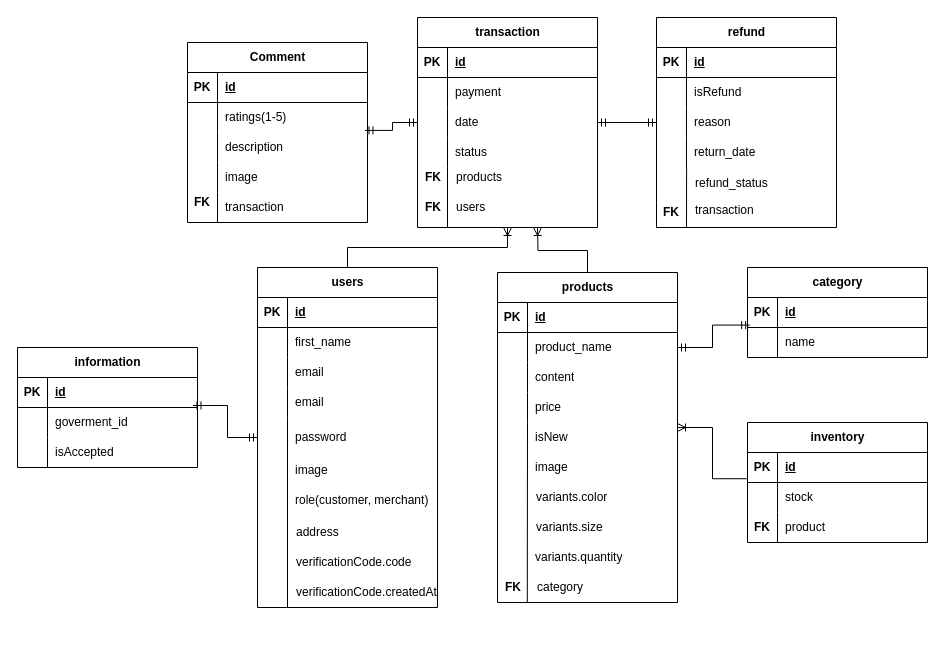
The draw.io diagram erd.drawio in XPAY-Worldwide-Corporation/cadet-capstone-ecom, before the edit. Source tidied: cells renumbered, new cells numbered last; positions are measured from the earlier drawing's top-left corner, leaving out a move shared by most shapes. Both pictures are drawn from the tidied source at 100%, with x=0, y=0 at pixel (17, 17).
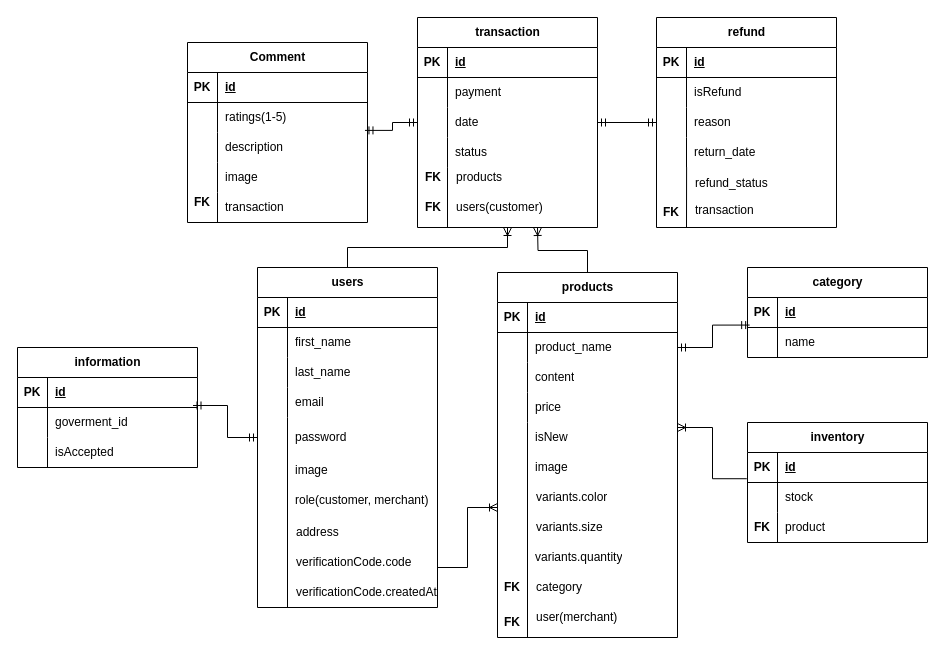
After the change.

The change refers to these unchanged cells:
```xml
<mxCell id="9" style="shape=tableRow;horizontal=0;startSize=0;swimlaneHead=0;swimlaneBody=0;fillColor=none;top=0;left=0;right=0;bottom=0;" parent="2" vertex="1">
  <mxGeometry y="90" width="180" height="30" as="geometry" />
</mxCell>
```

What changed in the source:
```diff
@@
-    <mxCell id="11" value="email" style="shape=partialRectangle;fillColor=none;top=0;left=0;bottom=0;right=0;align=left;spacingLeft=6;overflow=hidden;whiteSpace=wrap;html=1;" parent="9" vertex="1">
+    <mxCell id="11" value="last_name" style="shape=partialRectangle;fillColor=none;top=0;left=0;bottom=0;right=0;align=left;spacingLeft=6;overflow=hidden;whiteSpace=wrap;html=1;" parent="9" vertex="1">
       <mxGeometry x="30" width="150" height="30" as="geometry" />
     </mxCell>
@@
     <mxCell id="21" value="products" style="shape=table;startSize=30;childLayout=tableLayout;rowLines=0;fontStyle=1;align=center;html=1;" parent="1" vertex="1">
-      <mxGeometry x="480" y="255" width="180" height="330" as="geometry" />
+      <mxGeometry x="480" y="255" width="180" height="365" as="geometry" />
     </mxCell>
@@
     <mxCell id="34" style="endArrow=none;html=1;rounded=0;" parent="1" edge="1">
       <mxGeometry relative="1" as="geometry">
         <mxPoint x="510" y="405" as="sourcePoint" />
-        <mxPoint x="509.8" y="585" as="targetPoint" />
+        <mxPoint x="510" y="620" as="targetPoint" />
       </mxGeometry>
     </mxCell>
@@
-    <mxCell id="61" value="users" style="shape=partialRectangle;fillColor=none;top=0;left=0;bottom=0;right=0;align=left;spacingLeft=6;overflow=hidden;whiteSpace=wrap;html=1;" parent="1" vertex="1">
+    <mxCell id="61" value="users(customer)" style="shape=partialRectangle;fillColor=none;top=0;left=0;bottom=0;right=0;align=left;spacingLeft=6;overflow=hidden;whiteSpace=wrap;html=1;" parent="1" vertex="1">
       <mxGeometry x="431.2" y="175" width="150" height="30" as="geometry" />
     </mxCell>
@@
     <mxCell id="102" value="category" style="shape=partialRectangle;fillColor=none;top=0;left=0;bottom=0;right=0;align=left;spacingLeft=6;overflow=hidden;whiteSpace=wrap;html=1;" parent="1" vertex="1">
-      <mxGeometry x="512" y="555" width="150.5" height="30" as="geometry" />
+      <mxGeometry x="510.8" y="555" width="150.5" height="30" as="geometry" />
     </mxCell>
     <mxCell id="103" value="FK" style="shape=partialRectangle;fillColor=none;top=0;left=0;bottom=0;right=0;fontStyle=1;overflow=hidden;whiteSpace=wrap;html=1;" parent="1" vertex="1">
-      <mxGeometry x="480.8" y="555" width="30" height="30" as="geometry" />
+      <mxGeometry x="479.8" y="555" width="30" height="30" as="geometry" />
     </mxCell>
@@
+    <mxCell id="133" value="user(merchant)" style="shape=partialRectangle;fillColor=none;top=0;left=0;bottom=0;right=0;align=left;spacingLeft=6;overflow=hidden;whiteSpace=wrap;html=1;" parent="1" vertex="1">
+      <mxGeometry x="510.8" y="585" width="150.5" height="30" as="geometry" />
+    </mxCell>
+    <mxCell id="134" value="FK" style="shape=partialRectangle;fillColor=none;top=0;left=0;bottom=0;right=0;fontStyle=1;overflow=hidden;whiteSpace=wrap;html=1;" parent="1" vertex="1">
+      <mxGeometry x="479.8" y="590" width="30" height="30" as="geometry" />
+    </mxCell>
+    <mxCell id="135" style="edgeStyle=elbowEdgeStyle;fontSize=12;html=1;endArrow=ERoneToMany;rounded=0;" parent="1" edge="1">
+      <mxGeometry relative="1" as="geometry">
+        <mxPoint x="420" y="550" as="sourcePoint" />
+        <mxPoint x="480" y="490" as="targetPoint" />
+      </mxGeometry>
+    </mxCell>
```
